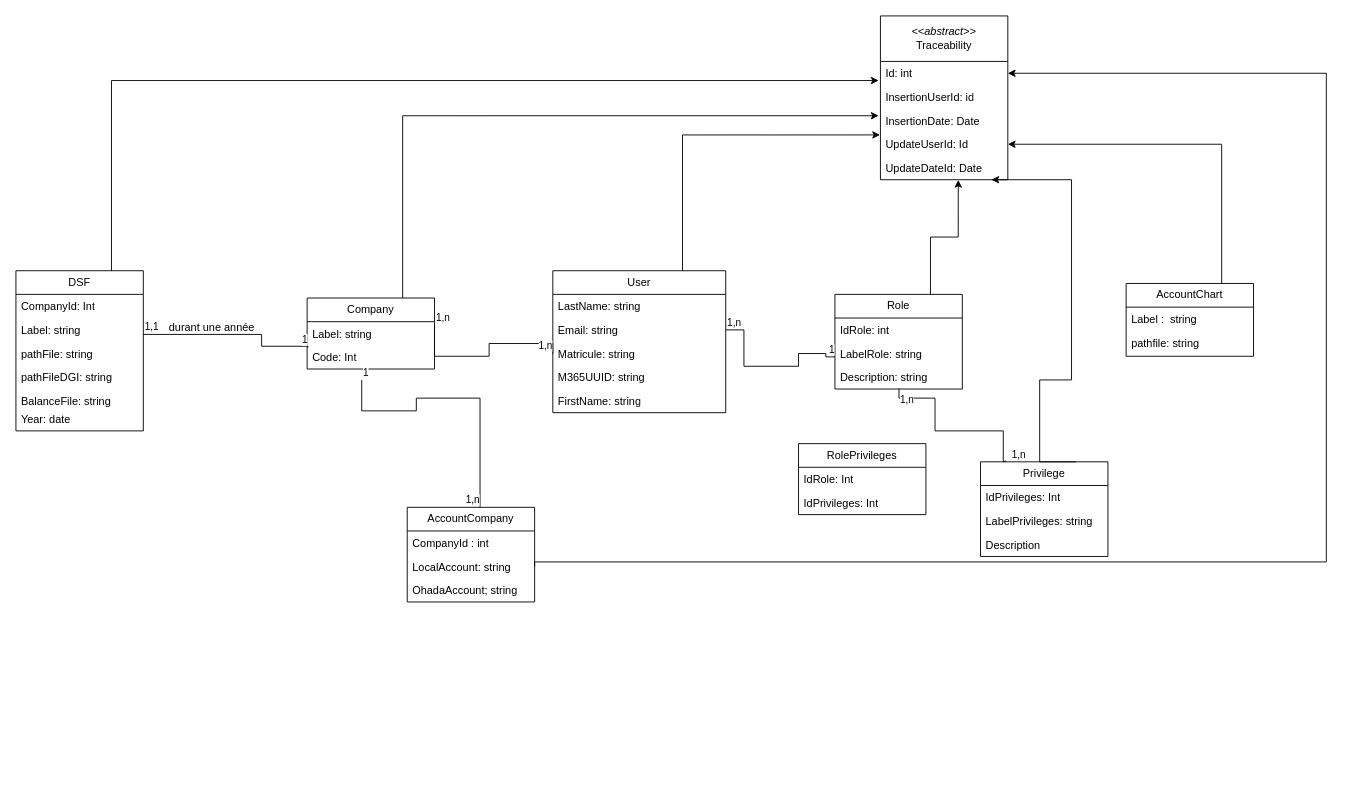
The draw.io diagram Untitled Diagram.drawio in Michelle-Ngami/Conception_DSF, before the edit. Source tidied: cells renumbered, new cells numbered last; positions are measured from the earlier drawing's top-left corner, leaving out a move shared by most shapes. Both pictures are drawn from the tidied source at 91%, with x=0, y=0 at pixel (15, 15).
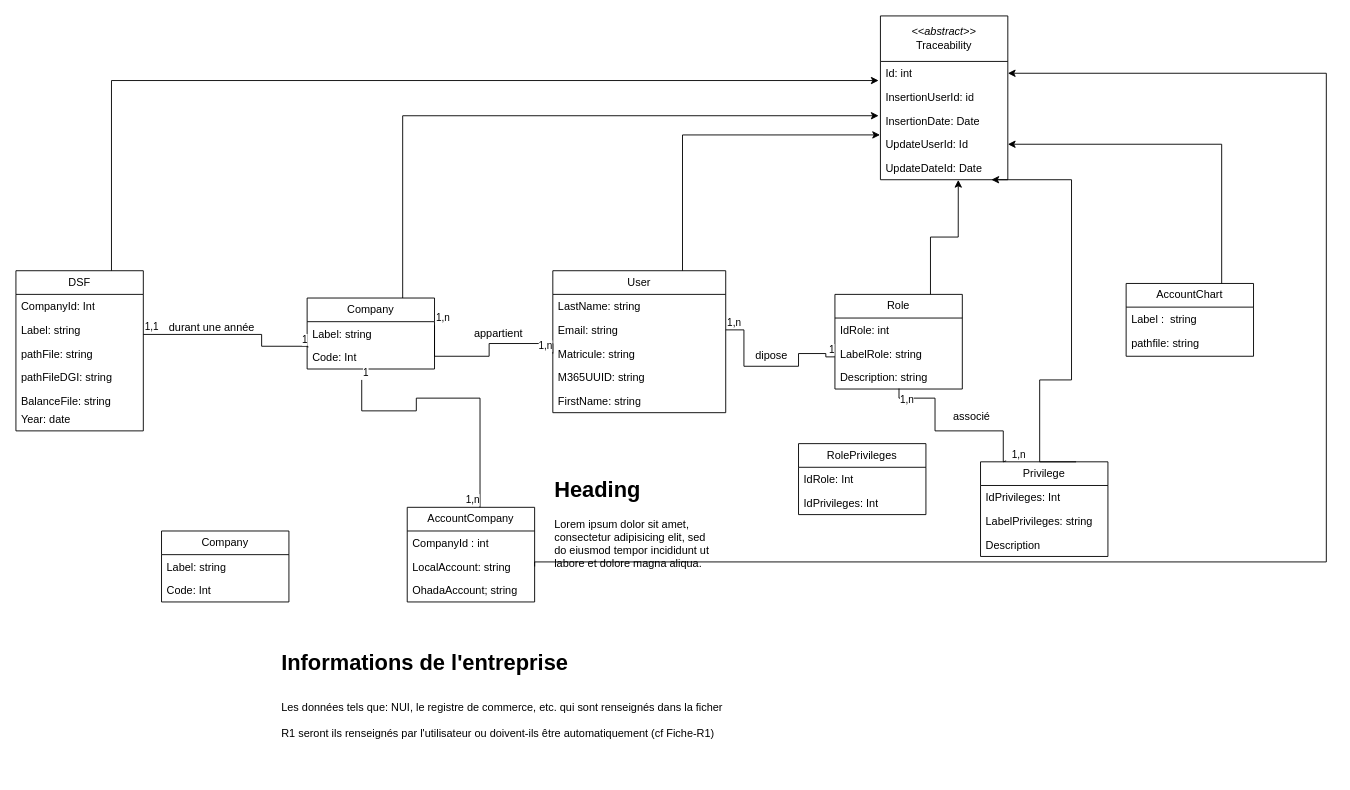
Above is the later version.

The edit, as a diff of the source:
```diff
@@
+    <mxCell id="65" value="dipose" style="text;html=1;align=center;verticalAlign=middle;strokeColor=none;fillColor=none;" parent="1" vertex="1">
+      <mxGeometry x="800" y="358" width="60" height="30" as="geometry" />
+    </mxCell>
+    <mxCell id="66" value="associé" style="text;html=1;align=center;verticalAlign=middle;strokeColor=none;fillColor=none;" parent="1" vertex="1">
+      <mxGeometry x="1020" y="426" width="60" height="30" as="geometry" />
+    </mxCell>
+    <mxCell id="67" value="appartient" style="text;html=1;align=center;verticalAlign=middle;strokeColor=none;fillColor=none;" parent="1" vertex="1">
+      <mxGeometry x="490" y="334" width="80" height="30" as="geometry" />
+    </mxCell>
+    <mxCell id="68" value="Company" style="swimlane;fontStyle=0;horizontal=1;startSize=26;fillColor=none;whiteSpace=wrap;html=1;" parent="1" vertex="1">
+      <mxGeometry x="160" y="566" width="140" height="78" as="geometry" />
+    </mxCell>
+    <mxCell id="69" value="Label: string" style="text;strokeColor=none;fillColor=none;align=left;verticalAlign=top;spacingLeft=4;spacingRight=4;overflow=hidden;whiteSpace=wrap;html=1;" parent="68" vertex="1">
+      <mxGeometry y="26" width="140" height="26" as="geometry" />
+    </mxCell>
+    <mxCell id="70" value="Code: Int" style="text;strokeColor=none;fillColor=none;align=left;verticalAlign=top;spacingLeft=4;spacingRight=4;overflow=hidden;whiteSpace=wrap;html=1;" parent="68" vertex="1">
+      <mxGeometry y="52" width="140" height="26" as="geometry" />
+    </mxCell>
+    <mxCell id="71" value="&lt;h1 style=&quot;margin-top: 0px;&quot;&gt;Heading&lt;/h1&gt;&lt;p&gt;Lorem ipsum dolor sit amet, consectetur adipisicing elit, sed do eiusmod tempor incididunt ut labore et dolore magna aliqua.&lt;/p&gt;" style="text;html=1;whiteSpace=wrap;overflow=hidden;rounded=0;" parent="1" vertex="1">
+      <mxGeometry x="590" y="500" width="180" height="120" as="geometry" />
+    </mxCell>
+    <mxCell id="72" value="&lt;h1 style=&quot;margin-top: 0px;&quot;&gt;&lt;span style=&quot;background-color: transparent; color: light-dark(rgb(0, 0, 0), rgb(255, 255, 255));&quot;&gt;Informations de l'entreprise&lt;/span&gt;&lt;/h1&gt;&lt;h1 style=&quot;margin-top: 0px;&quot;&gt;&lt;span style=&quot;background-color: transparent; color: light-dark(rgb(0, 0, 0), rgb(255, 255, 255)); font-size: 12px; font-weight: normal;&quot;&gt;Les données tels que: NUI, le registre de commerce, etc. qui sont renseignés dans la ficher R1 seront ils renseignés par l'utilisateur ou doivent-ils être automatiquement (cf Fiche-R1)&amp;nbsp;&amp;nbsp;&lt;/span&gt;&lt;/h1&gt;" style="text;html=1;whiteSpace=wrap;overflow=hidden;rounded=0;" parent="1" vertex="1">
+      <mxGeometry x="290" y="690" width="490" height="140" as="geometry" />
+    </mxCell>
```
